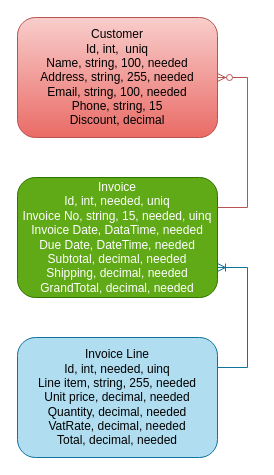
The draw.io diagram Invoice.drawio in MToome/Programmeerimine2, before the edit. Source tidied: cells renumbered, new cells numbered last; positions are measured from the earlier drawing's top-left corner, leaving out a move shared by most shapes. Both pictures are drawn from the tidied source at 100%, with x=0, y=0 at pixel (17, 17).
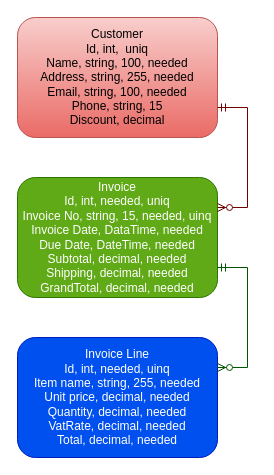
The same diagram, later.

The edit, as a diff of the source:
```diff
@@
 <mxGraphModel>
   <root>
     <mxCell id="0" />
     <mxCell id="1" parent="0" />
     <mxCell id="2" value="Customer&lt;div&gt;Id, int,&amp;nbsp; uniq&lt;/div&gt;&lt;div&gt;Name, string, 100, needed&lt;/div&gt;&lt;div&gt;Address, string, 255, needed&lt;/div&gt;&lt;div&gt;Email, string, 100, needed&lt;/div&gt;&lt;div&gt;Phone, string, 15&lt;/div&gt;&lt;div&gt;Discount, decimal&lt;/div&gt;" style="rounded=1;whiteSpace=wrap;html=1;fillColor=#f8cecc;gradientColor=#ea6b66;strokeColor=#b85450;" parent="1" vertex="1">
       <mxGeometry width="200" height="120" as="geometry" />
     </mxCell>
     <mxCell id="3" value="Invoice&lt;div&gt;Id, int, needed, uniq&lt;/div&gt;&lt;div&gt;Invoice No, string, 15, needed, uinq&lt;/div&gt;&lt;div&gt;Invoice Date, DataTime, needed&lt;/div&gt;&lt;div&gt;Due Date, DateTime, needed&lt;/div&gt;&lt;div&gt;Subtotal, decimal, needed&lt;/div&gt;&lt;div&gt;Shipping, decimal, needed&lt;/div&gt;&lt;div&gt;GrandTotal, decimal, needed&lt;/div&gt;" style="rounded=1;whiteSpace=wrap;html=1;fillColor=#60a917;fontColor=#ffffff;strokeColor=#2D7600;" parent="1" vertex="1">
       <mxGeometry y="160" width="200" height="120" as="geometry" />
     </mxCell>
-    <mxCell id="4" value="Invoice Line&lt;div&gt;Id, int, needed, uinq&lt;/div&gt;&lt;div&gt;Line item, string, 255, needed&lt;/div&gt;&lt;div&gt;Unit price, decimal, needed&lt;/div&gt;&lt;div&gt;Quantity, decimal, needed&lt;/div&gt;&lt;div&gt;VatRate, decimal, needed&lt;/div&gt;&lt;div&gt;Total, decimal, needed&lt;/div&gt;" style="rounded=1;whiteSpace=wrap;html=1;fillColor=#b1ddf0;strokeColor=#10739e;" parent="1" vertex="1">
+    <mxCell id="4" value="Invoice Line&lt;div&gt;Id, int, needed, uinq&lt;/div&gt;&lt;div&gt;Item name, string, 255, needed&lt;/div&gt;&lt;div&gt;Unit price, decimal, needed&lt;/div&gt;&lt;div&gt;Quantity, decimal, needed&lt;/div&gt;&lt;div&gt;VatRate, decimal, needed&lt;/div&gt;&lt;div&gt;Total, decimal, needed&lt;/div&gt;" style="rounded=1;whiteSpace=wrap;html=1;fillColor=#0050ef;strokeColor=#001DBC;fontColor=#ffffff;" parent="1" vertex="1">
       <mxGeometry y="320" width="200" height="120" as="geometry" />
     </mxCell>
-    <mxCell id="5" style="edgeStyle=entityRelationEdgeStyle;fontSize=12;html=1;endArrow=ERzeroToMany;endFill=1;rounded=0;exitX=1;exitY=0.25;exitDx=0;exitDy=0;entryX=1;entryY=0.5;entryDx=0;entryDy=0;fillColor=#f8cecc;strokeColor=#b85450;gradientColor=#ea6b66;" parent="1" edge="1" source="3" target="2">
-      <mxGeometry relative="1" as="geometry" />
-    </mxCell>
-    <mxCell id="6" style="edgeStyle=entityRelationEdgeStyle;fontSize=12;html=1;endArrow=ERoneToMany;rounded=0;entryX=1;entryY=0.75;entryDx=0;entryDy=0;exitX=1;exitY=0.25;exitDx=0;exitDy=0;fillColor=#b1ddf0;strokeColor=#10739e;" parent="1" edge="1" source="4" target="3">
-      <mxGeometry relative="1" as="geometry" />
-    </mxCell>
+    <mxCell id="7" style="edgeStyle=entityRelationEdgeStyle;fontSize=12;html=1;endArrow=ERzeroToMany;startArrow=ERmandOne;rounded=0;exitX=1;exitY=0.75;exitDx=0;exitDy=0;entryX=1;entryY=0.25;entryDx=0;entryDy=0;fillColor=#008a00;strokeColor=#005700;" parent="1" edge="1" source="3" target="4">
+      <mxGeometry relative="1" as="geometry" />
+    </mxCell>
+    <mxCell id="8" style="edgeStyle=entityRelationEdgeStyle;fontSize=12;html=1;endArrow=ERzeroToMany;startArrow=ERmandOne;rounded=0;exitX=1;exitY=0.75;exitDx=0;exitDy=0;entryX=1;entryY=0.25;entryDx=0;entryDy=0;fillColor=#a20025;strokeColor=#6F0000;" parent="1" edge="1" source="2" target="3">
+      <mxGeometry relative="1" as="geometry" />
+    </mxCell>
   </root>
 </mxGraphModel>
```
